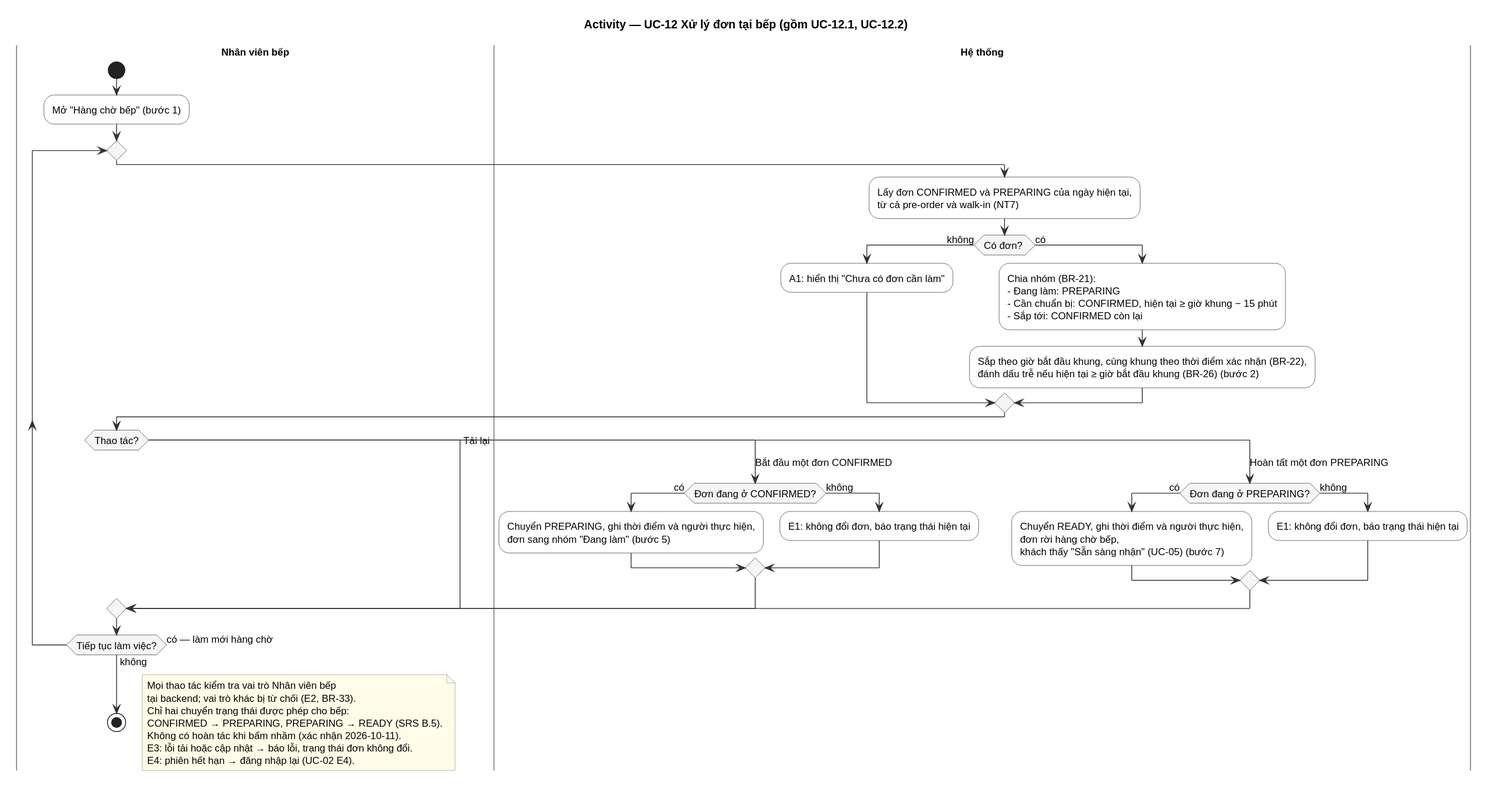
Before: 01-ManagedArea/02-Requirements/Activity-Diagrams/UC-12_xu-ly-don-tai-bep_activity.svg, a diagram exported from PlantUML (huyducnguyen0/smart-food-preorder).
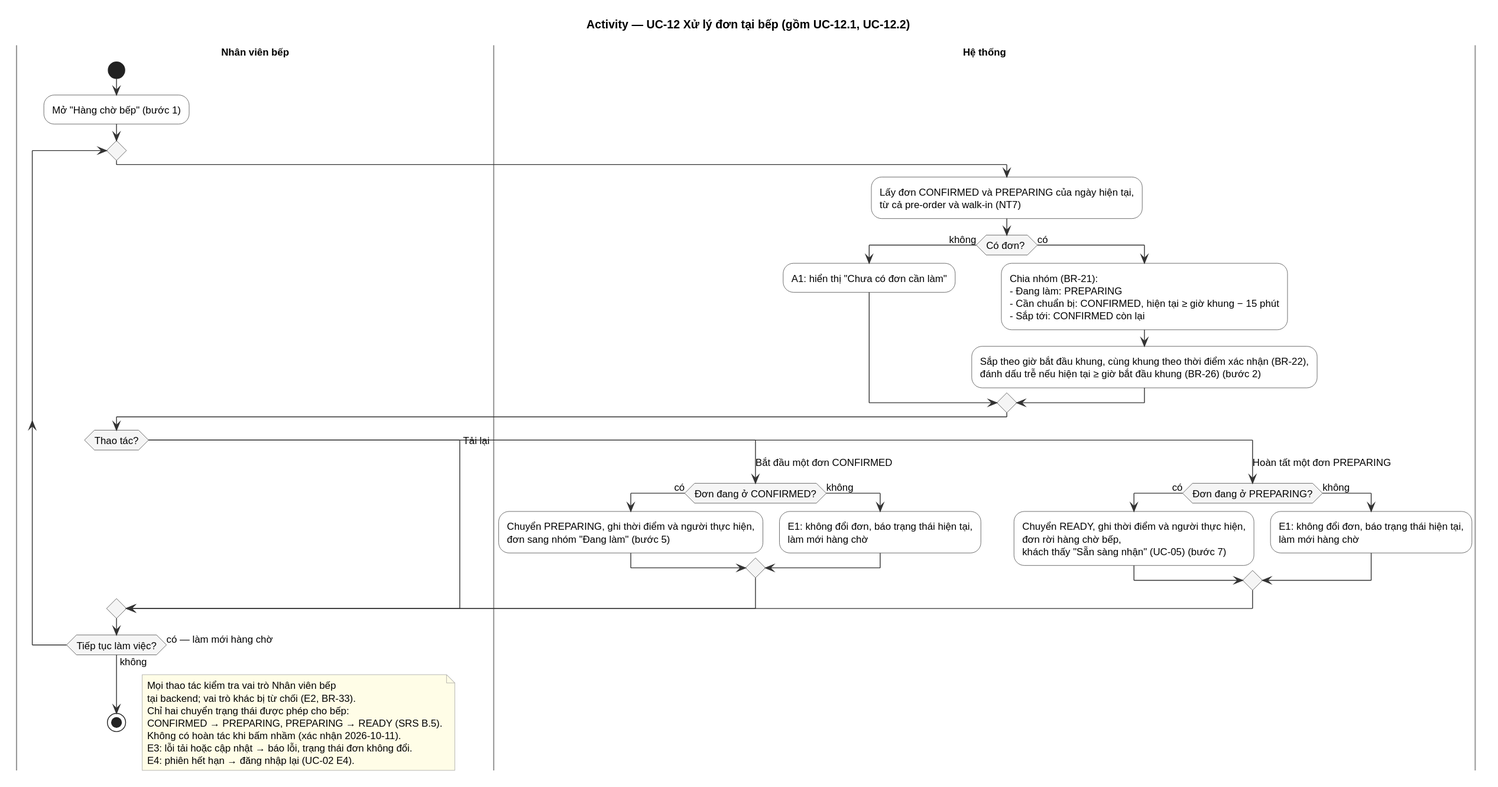
Above is the later version.

Commit message:
docs(activity): bổ sung "làm mới hàng chờ" ở nhánh E1 UC-12 theo review

Đặc tả UC-12 E1: hệ thống báo trạng thái hiện tại và làm mới hàng chờ;
sơ đồ thiếu ý làm mới. README ghi nhận đã review.

The edit, as a diff of the source:
```diff
@@ -27,7 +27,8 @@
       :Chuyển PREPARING, ghi thời điểm và người thực hiện,
       đơn sang nhóm "Đang làm" (bước 5);
     else (không)
-      :E1: không đổi đơn, báo trạng thái hiện tại;
+      :E1: không đổi đơn, báo trạng thái hiện tại,
+      làm mới hàng chờ;
     endif
   case (Hoàn tất một đơn PREPARING)
     |Hệ thống|
@@ -36,7 +37,8 @@
       đơn rời hàng chờ bếp,
       khách thấy "Sẵn sàng nhận" (UC-05) (bước 7);
     else (không)
-      :E1: không đổi đơn, báo trạng thái hiện tại;
+      :E1: không đổi đơn, báo trạng thái hiện tại,
+      làm mới hàng chờ;
     endif
   case (Tải lại)
   endswitch
```
